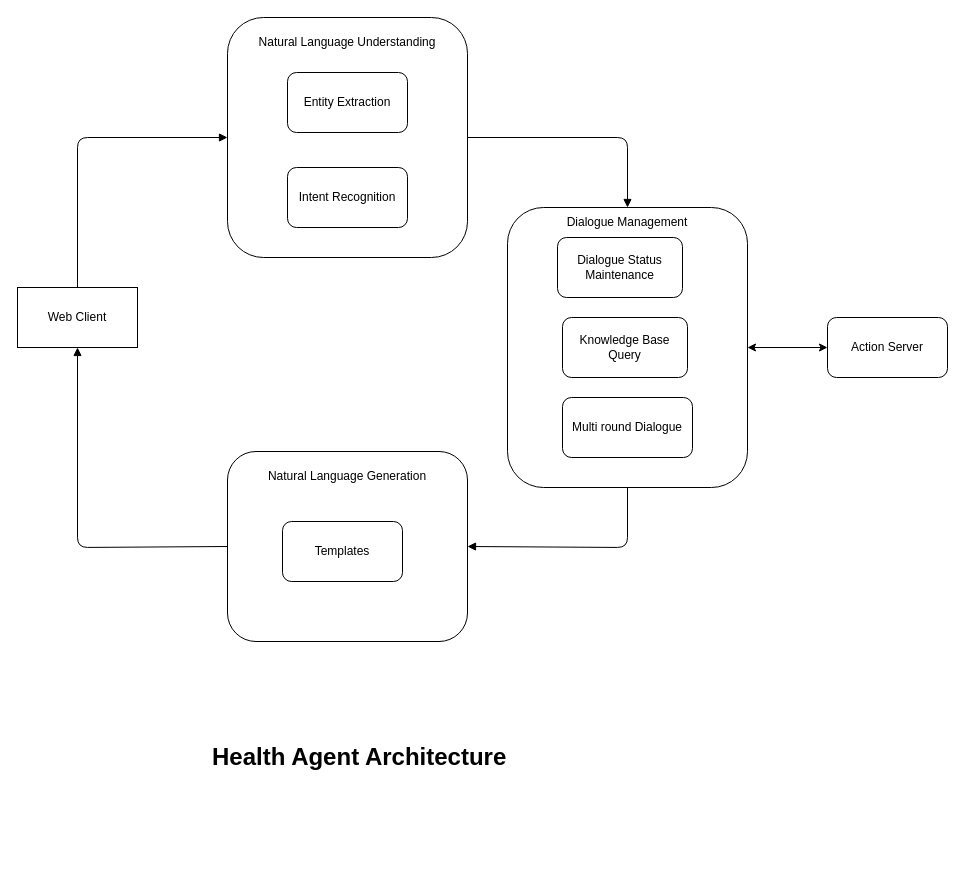
visheshofficial/ai-health-agent keeps this draw.io diagram as page "Page-1" (1 of 2) of docs/figures/Architecture_Diagram.drawio. Above is the earlier version. Source tidied: cells renumbered, new cells numbered last; positions are measured from the earlier drawing's top-left corner, leaving out a move shared by most shapes. Both pictures are drawn from the tidied source at 100%, with x=0, y=0 at pixel (17, 17).
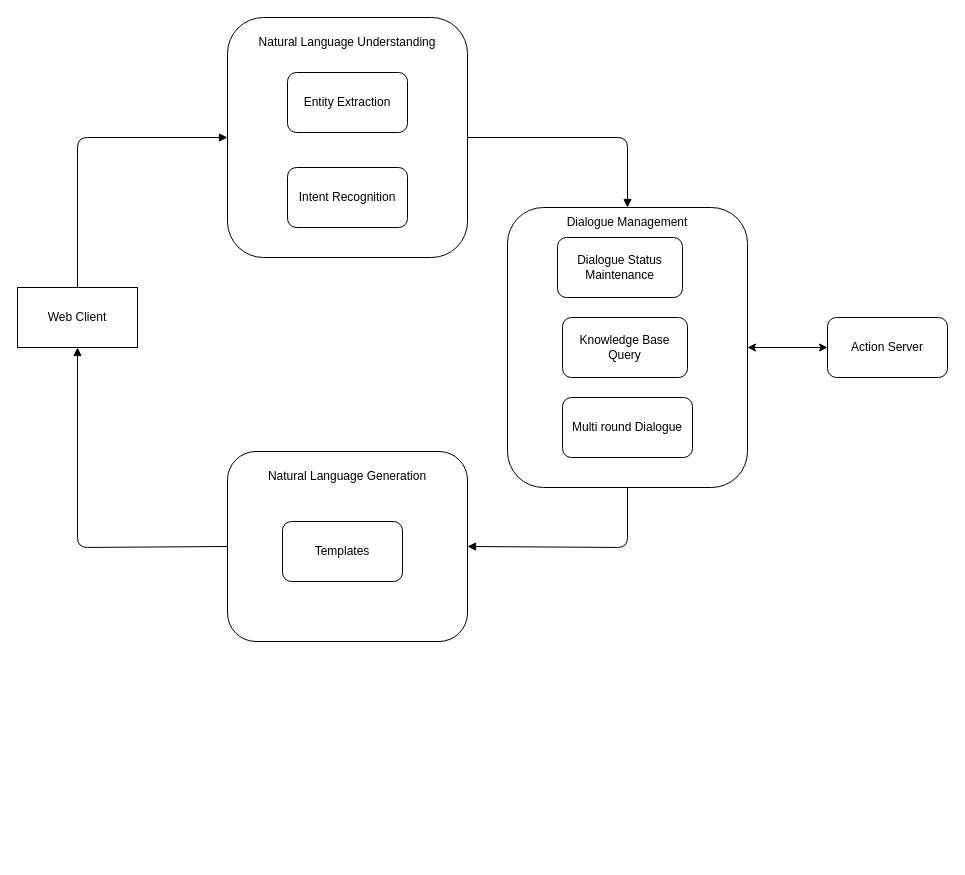
The same page after the edit.

What changed in the source:
```diff
@@
-    <mxCell id="13" value="&lt;h1&gt;Health Agent Architecture&lt;/h1&gt;" style="text;html=1;strokeColor=none;fillColor=none;spacing=5;spacingTop=-20;whiteSpace=wrap;overflow=hidden;rounded=0;" parent="1" vertex="1">
-      <mxGeometry x="190" y="720" width="320" height="120" as="geometry" />
-    </mxCell>
```
